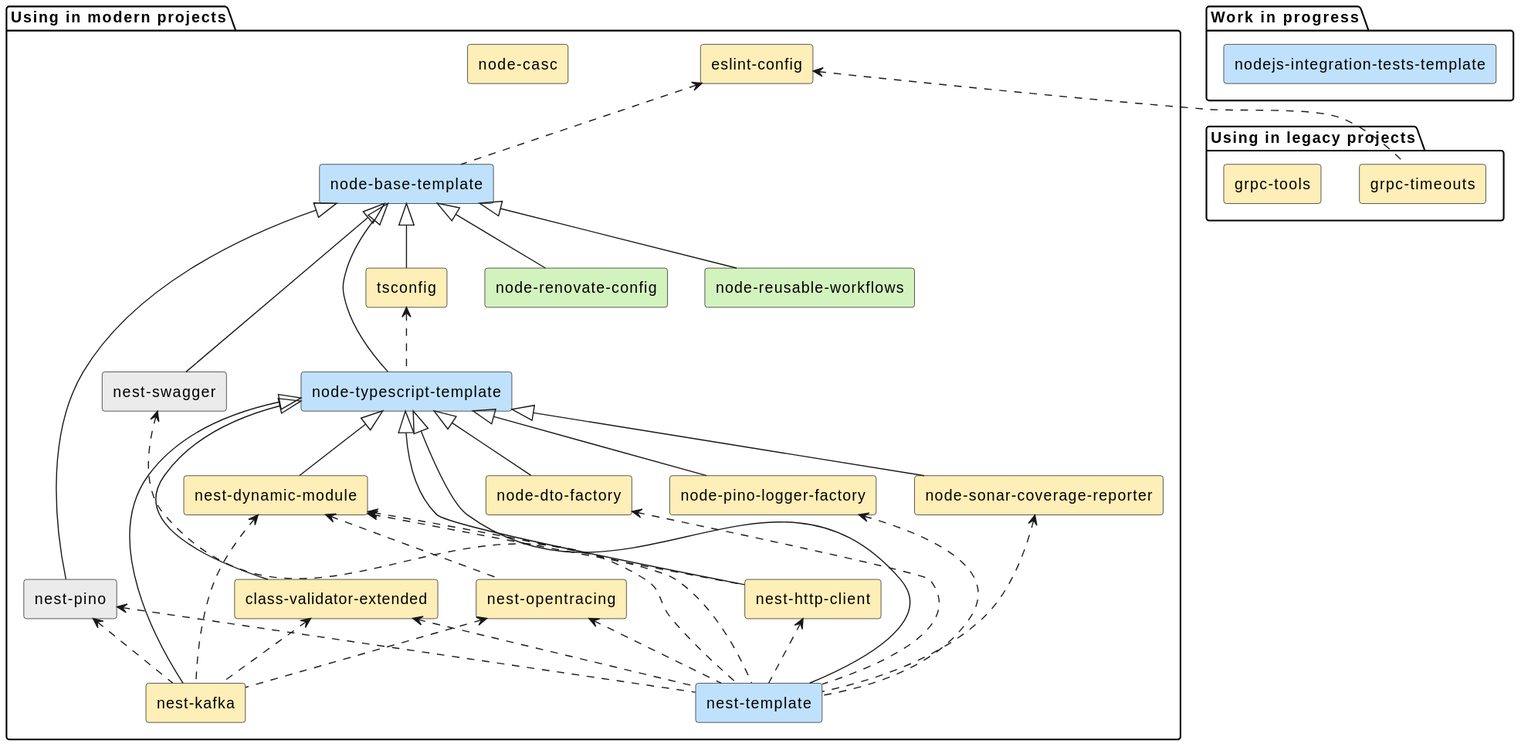
The PlantUML diagram docs/nodejs.svg in Byndyusoft/awesome-byndyusoft-opensource, before a commit.
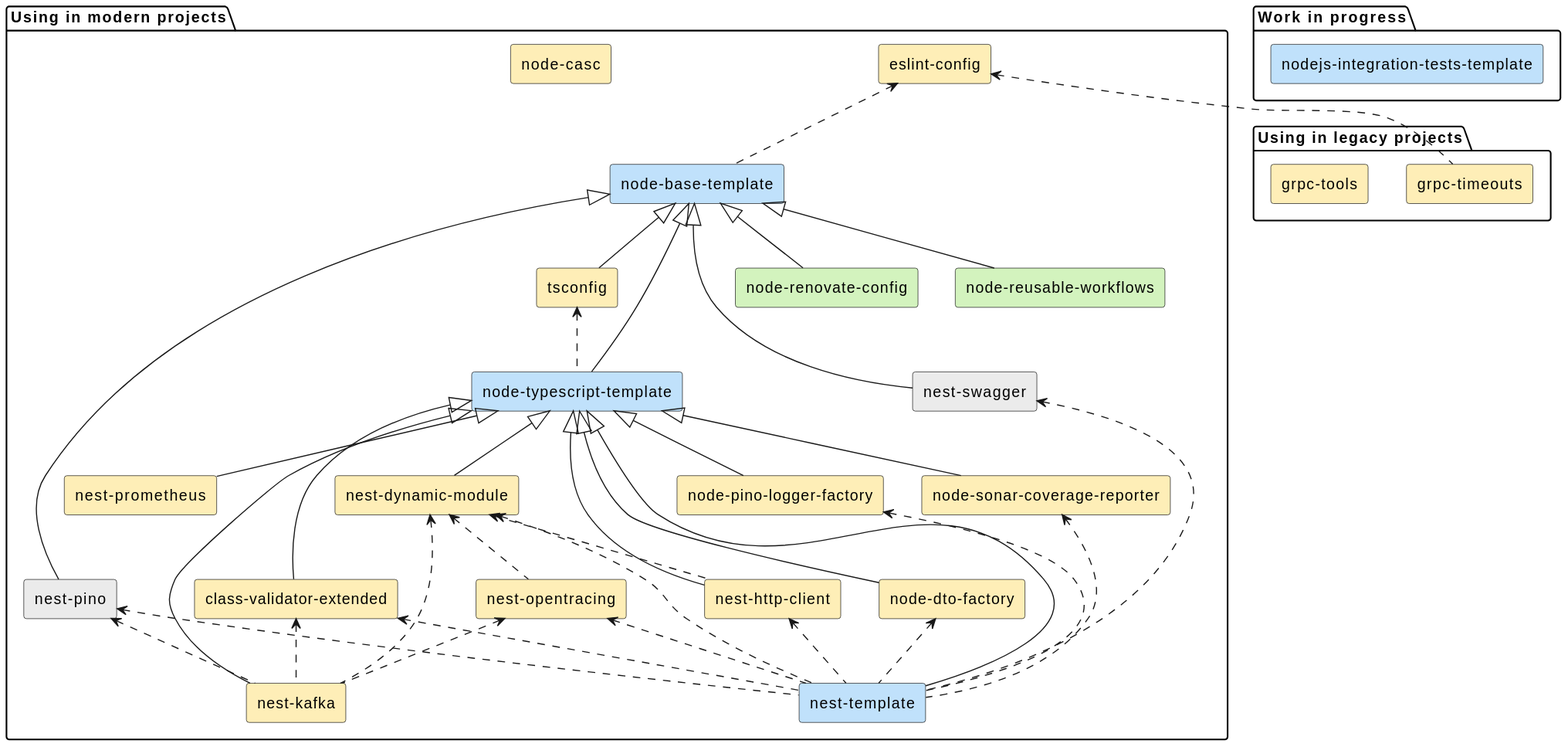
The same diagram one commit later.

Diff of the diagram source:
```diff
@@ -12,6 +12,7 @@
   PACKAGE("nest-http-client")
   PACKAGE("nest-kafka")
   PACKAGE("nest-opentracing")
+  PACKAGE("nest-prometheus")
   PACKAGE("node-casc")
   PACKAGE("node-dto-factory")
   PACKAGE("node-pino-logger-factory")
@@ -65,6 +66,8 @@
 
 USE("nest-opentracing", "nest-dynamic-module")
 
+EXTENDS("nest-prometheus", "node-typescript-template")
+
 EXTENDS("node-dto-factory", "node-typescript-template")
 
 EXTENDS("node-pino-logger-factory", "node-typescript-template")
```
